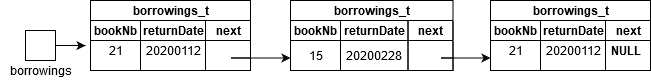
CavaniNicolas/SDD1_TP1 keeps this draw.io diagram as rapport/traces/ExempleStructureBorrowing.png. Above is the earlier version. Source tidied: cells renumbered, new cells last; positions are measured from the earlier drawing's top-left corner, leaving out a move shared by most shapes. Source of this version:
```xml
<mxGraphModel>
  <root>
    <mxCell id="0" />
    <mxCell id="1" parent="0" />
    <mxCell id="2" value="borrowings_t" style="swimlane;html=1;startSize=20;fillColor=none;" parent="1" vertex="1">
      <mxGeometry x="490" width="160" height="70" as="geometry" />
    </mxCell>
    <mxCell id="3" value="bookNb" style="swimlane;html=1;startSize=20;fillColor=none;" parent="2" vertex="1">
      <mxGeometry y="20" width="50" height="50" as="geometry" />
    </mxCell>
    <mxCell id="4" value="21" style="text;html=1;align=center;verticalAlign=middle;" parent="3" vertex="1">
      <mxGeometry x="10" y="20" width="30" height="20" as="geometry" />
    </mxCell>
    <mxCell id="5" value="returnDate" style="swimlane;html=1;startSize=20;fillColor=none;" parent="2" vertex="1">
      <mxGeometry x="50" y="20" width="65" height="50" as="geometry" />
    </mxCell>
    <mxCell id="6" value="20200112" style="text;html=1;align=center;verticalAlign=middle;" parent="5" vertex="1">
      <mxGeometry x="-2.5" y="20" width="70" height="20" as="geometry" />
    </mxCell>
    <mxCell id="7" value="next" style="swimlane;html=1;startSize=20;fillColor=none;" parent="2" vertex="1">
      <mxGeometry x="115" y="20" width="45" height="50" as="geometry" />
    </mxCell>
    <mxCell id="8" value="&lt;b&gt;NULL&lt;/b&gt;" style="text;html=1;align=center;verticalAlign=middle;" parent="7" vertex="1">
      <mxGeometry x="-5" y="20" width="50" height="20" as="geometry" />
    </mxCell>
    <mxCell id="9" value="borrowings_t" style="swimlane;html=1;startSize=20;fillColor=none;" parent="1" vertex="1">
      <mxGeometry x="90" width="160" height="70" as="geometry" />
    </mxCell>
    <mxCell id="10" value="bookNb" style="swimlane;html=1;startSize=20;fillColor=none;" parent="9" vertex="1">
      <mxGeometry y="20" width="50" height="50" as="geometry" />
    </mxCell>
    <mxCell id="11" value="21" style="text;html=1;align=center;verticalAlign=middle;" parent="10" vertex="1">
      <mxGeometry x="10" y="20" width="30" height="20" as="geometry" />
    </mxCell>
    <mxCell id="12" value="returnDate" style="swimlane;html=1;startSize=20;fillColor=none;" parent="9" vertex="1">
      <mxGeometry x="50" y="20" width="65" height="50" as="geometry" />
    </mxCell>
    <mxCell id="13" value="20200112" style="text;html=1;align=center;verticalAlign=middle;" parent="12" vertex="1">
      <mxGeometry x="-2.5" y="20" width="70" height="20" as="geometry" />
    </mxCell>
    <mxCell id="14" value="next" style="swimlane;html=1;startSize=20;fillColor=none;" parent="9" vertex="1">
      <mxGeometry x="115" y="20" width="45" height="50" as="geometry" />
    </mxCell>
    <mxCell id="15" value="borrowings" style="text;html=1;align=center;verticalAlign=middle;" parent="1" vertex="1">
      <mxGeometry y="60" width="80" height="20" as="geometry" />
    </mxCell>
    <mxCell id="16" style="edgeStyle=orthogonalEdgeStyle;rounded=0;jettySize=auto;html=1;exitX=1;exitY=0.5;exitDx=0;exitDy=0;" parent="1" edge="1" source="17">
      <mxGeometry relative="1" as="geometry">
        <mxPoint x="85" y="45.1" as="targetPoint" />
      </mxGeometry>
    </mxCell>
    <mxCell id="17" style="whiteSpace=wrap;html=1;" parent="1" vertex="1">
      <mxGeometry x="25" y="30" width="30" height="30" as="geometry" />
    </mxCell>
    <mxCell id="18" value="borrowings_t" style="swimlane;html=1;startSize=20;fillColor=none;" parent="1" vertex="1">
      <mxGeometry x="290" width="162.5" height="70" as="geometry" />
    </mxCell>
    <mxCell id="19" value="bookNb" style="swimlane;html=1;startSize=20;fillColor=none;" parent="18" vertex="1">
      <mxGeometry y="20" width="50" height="50" as="geometry" />
    </mxCell>
    <mxCell id="20" value="15" style="text;html=1;align=center;verticalAlign=middle;" parent="19" vertex="1">
      <mxGeometry x="10" y="25" width="30" height="20" as="geometry" />
    </mxCell>
    <mxCell id="21" value="returnDate" style="swimlane;html=1;startSize=20;fillColor=none;" parent="18" vertex="1">
      <mxGeometry x="50" y="20" width="67.5" height="50" as="geometry" />
    </mxCell>
    <mxCell id="22" value="20200228" style="text;html=1;align=center;verticalAlign=middle;" parent="21" vertex="1">
      <mxGeometry x="-2.5" y="25" width="70" height="20" as="geometry" />
    </mxCell>
    <mxCell id="23" value="next" style="swimlane;html=1;startSize=20;fillColor=none;" parent="18" vertex="1">
      <mxGeometry x="117.5" y="20" width="45" height="50" as="geometry" />
    </mxCell>
    <mxCell id="24" style="edgeStyle=orthogonalEdgeStyle;rounded=0;jettySize=auto;html=1;exitX=1;exitY=0.75;exitDx=0;exitDy=0;entryX=0;entryY=0.75;entryDx=0;entryDy=0;" parent="1" edge="1" source="14" target="19">
      <mxGeometry relative="1" as="geometry">
        <Array as="points">
          <mxPoint x="230" y="58" />
          <mxPoint x="230" y="58" />
        </Array>
      </mxGeometry>
    </mxCell>
    <mxCell id="25" style="edgeStyle=orthogonalEdgeStyle;rounded=0;jettySize=auto;html=1;exitX=1;exitY=0.75;exitDx=0;exitDy=0;entryX=0;entryY=0.75;entryDx=0;entryDy=0;" parent="1" edge="1" source="23" target="3">
      <mxGeometry relative="1" as="geometry">
        <Array as="points">
          <mxPoint x="440" y="58" />
          <mxPoint x="440" y="58" />
        </Array>
      </mxGeometry>
    </mxCell>
  </root>
</mxGraphModel>
```
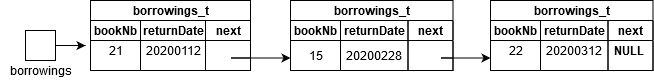
After the change.

Diff of the diagram source:
```diff
@@ -3,22 +3,22 @@
     <mxCell id="0" />
     <mxCell id="1" parent="0" />
     <mxCell id="2" value="borrowings_t" style="swimlane;html=1;startSize=20;fillColor=none;" parent="1" vertex="1">
-      <mxGeometry x="490" width="160" height="70" as="geometry" />
+      <mxGeometry x="490" width="162.5" height="70" as="geometry" />
     </mxCell>
     <mxCell id="3" value="bookNb" style="swimlane;html=1;startSize=20;fillColor=none;" parent="2" vertex="1">
       <mxGeometry y="20" width="50" height="50" as="geometry" />
     </mxCell>
-    <mxCell id="4" value="21" style="text;html=1;align=center;verticalAlign=middle;" parent="3" vertex="1">
+    <mxCell id="4" value="22" style="text;html=1;align=center;verticalAlign=middle;" parent="3" vertex="1">
       <mxGeometry x="10" y="20" width="30" height="20" as="geometry" />
     </mxCell>
     <mxCell id="5" value="returnDate" style="swimlane;html=1;startSize=20;fillColor=none;" parent="2" vertex="1">
-      <mxGeometry x="50" y="20" width="65" height="50" as="geometry" />
+      <mxGeometry x="50" y="20" width="67.5" height="50" as="geometry" />
     </mxCell>
-    <mxCell id="6" value="20200112" style="text;html=1;align=center;verticalAlign=middle;" parent="5" vertex="1">
+    <mxCell id="6" value="20200312" style="text;html=1;align=center;verticalAlign=middle;" parent="5" vertex="1">
       <mxGeometry x="-2.5" y="20" width="70" height="20" as="geometry" />
     </mxCell>
     <mxCell id="7" value="next" style="swimlane;html=1;startSize=20;fillColor=none;" parent="2" vertex="1">
-      <mxGeometry x="115" y="20" width="45" height="50" as="geometry" />
+      <mxGeometry x="117.5" y="20" width="45" height="50" as="geometry" />
     </mxCell>
     <mxCell id="8" value="&lt;b&gt;NULL&lt;/b&gt;" style="text;html=1;align=center;verticalAlign=middle;" parent="7" vertex="1">
       <mxGeometry x="-5" y="20" width="50" height="20" as="geometry" />
```
